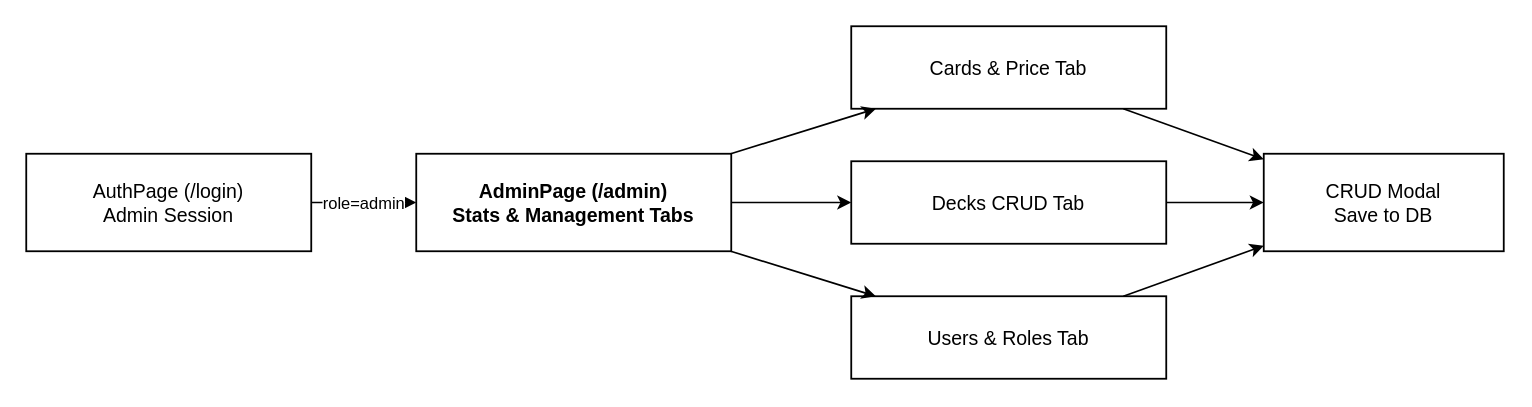
The draw.io diagram page "1.4.1.2 Administrator Screens Flow" (2 of 2) of Tai lieu/Draw.io/SRS_1_4_Screens_Flow.drawio in minhthanh1806/PROJECT_SDN, before the edit. Source tidied: cells renumbered, new cells numbered last; positions are measured from the earlier drawing's top-left corner, leaving out a move shared by most shapes. Both pictures are drawn from the tidied source at 150%, with x=0, y=0 at pixel (26, 26).
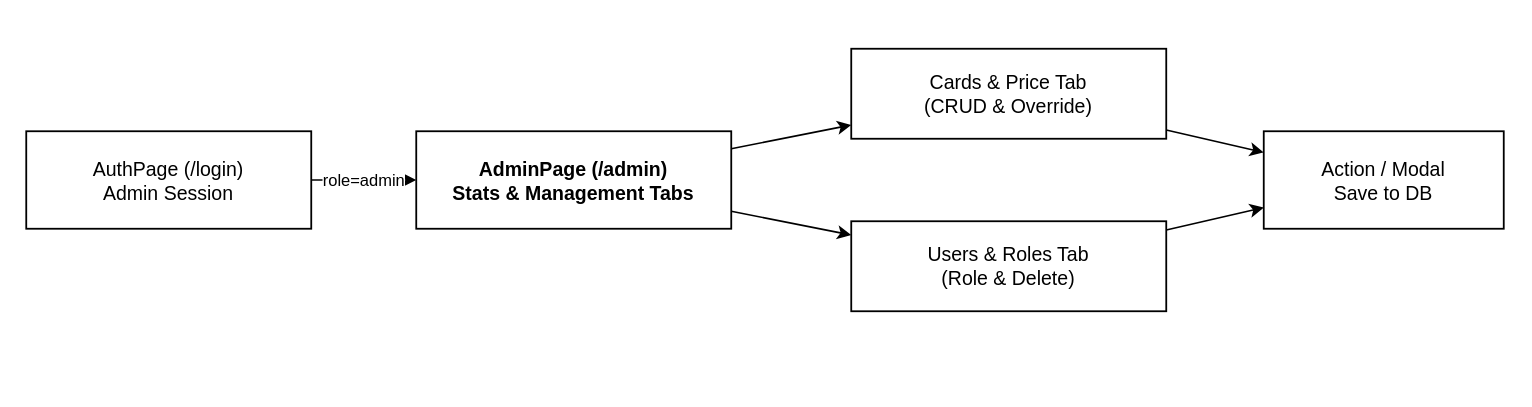
After the change.

The edit, as a diff of the source:
```diff
@@
 <mxGraphModel>
   <root>
     <mxCell id="0" />
     <mxCell id="1" parent="0" />
     <mxCell id="2" value="AuthPage (/login)&lt;br&gt;Admin Session" style="rounded=0;whiteSpace=wrap;html=1;fillColor=#ffffff;strokeColor=#000000;fontColor=#000000;fontSize=13;align=center;verticalAlign=middle;strokeWidth=1.2;" parent="1" vertex="1">
-      <mxGeometry y="85" width="190" height="65" as="geometry" />
+      <mxGeometry y="70" width="190" height="65" as="geometry" />
     </mxCell>
     <mxCell id="3" value="AdminPage (/admin)&lt;br&gt;Stats &amp; Management Tabs" style="rounded=0;whiteSpace=wrap;html=1;fillColor=#ffffff;strokeColor=#000000;fontColor=#000000;fontSize=13;fontStyle=1;align=center;verticalAlign=middle;strokeWidth=1.2;" parent="1" vertex="1">
-      <mxGeometry x="260" y="85" width="210" height="65" as="geometry" />
+      <mxGeometry x="260" y="70" width="210" height="65" as="geometry" />
     </mxCell>
-    <mxCell id="4" value="Cards &amp; Price Tab" style="rounded=0;whiteSpace=wrap;html=1;fillColor=#ffffff;strokeColor=#000000;fontColor=#000000;fontSize=13;align=center;verticalAlign=middle;strokeWidth=1.2;" parent="1" vertex="1">
-      <mxGeometry x="550" width="210" height="55" as="geometry" />
+    <mxCell id="4" value="Cards &amp; Price Tab&lt;br&gt;(CRUD &amp; Override)" style="rounded=0;whiteSpace=wrap;html=1;fillColor=#ffffff;strokeColor=#000000;fontColor=#000000;fontSize=13;align=center;verticalAlign=middle;strokeWidth=1.2;" parent="1" vertex="1">
+      <mxGeometry x="550" y="15" width="210" height="60" as="geometry" />
     </mxCell>
-    <mxCell id="5" value="Decks CRUD Tab" style="rounded=0;whiteSpace=wrap;html=1;fillColor=#ffffff;strokeColor=#000000;fontColor=#000000;fontSize=13;align=center;verticalAlign=middle;strokeWidth=1.2;" parent="1" vertex="1">
-      <mxGeometry x="550" y="90" width="210" height="55" as="geometry" />
+    <mxCell id="5" value="Users &amp; Roles Tab&lt;br&gt;(Role &amp; Delete)" style="rounded=0;whiteSpace=wrap;html=1;fillColor=#ffffff;strokeColor=#000000;fontColor=#000000;fontSize=13;align=center;verticalAlign=middle;strokeWidth=1.2;" parent="1" vertex="1">
+      <mxGeometry x="550" y="130" width="210" height="60" as="geometry" />
     </mxCell>
-    <mxCell id="6" value="Users &amp; Roles Tab" style="rounded=0;whiteSpace=wrap;html=1;fillColor=#ffffff;strokeColor=#000000;fontColor=#000000;fontSize=13;align=center;verticalAlign=middle;strokeWidth=1.2;" parent="1" vertex="1">
-      <mxGeometry x="550" y="180" width="210" height="55" as="geometry" />
+    <mxCell id="6" value="Action / Modal&lt;br&gt;Save to DB" style="rounded=0;whiteSpace=wrap;html=1;fillColor=#ffffff;strokeColor=#000000;fontColor=#000000;fontSize=13;align=center;verticalAlign=middle;strokeWidth=1.2;" parent="1" vertex="1">
+      <mxGeometry x="825" y="70" width="160" height="65" as="geometry" />
     </mxCell>
-    <mxCell id="7" value="CRUD Modal&lt;br&gt;Save to DB" style="rounded=0;whiteSpace=wrap;html=1;fillColor=#ffffff;strokeColor=#000000;fontColor=#000000;fontSize=13;align=center;verticalAlign=middle;strokeWidth=1.2;" parent="1" vertex="1">
-      <mxGeometry x="825" y="85" width="160" height="65" as="geometry" />
+    <mxCell id="7" value="role=admin" style="rounded=0;html=1;endArrow=classic;endFill=1;strokeColor=#000000;fontColor=#000000;fontSize=11;labelBackgroundColor=#ffffff;strokeWidth=1.1;" parent="1" edge="1" source="2" target="3">
+      <mxGeometry relative="1" as="geometry" />
     </mxCell>
-    <mxCell id="8" value="role=admin" style="rounded=0;html=1;endArrow=classic;endFill=1;strokeColor=#000000;fontColor=#000000;fontSize=11;labelBackgroundColor=#ffffff;strokeWidth=1.1;" parent="1" edge="1" source="2" target="3">
+    <mxCell id="8" style="rounded=0;html=1;endArrow=classic;endFill=1;strokeColor=#000000;fontColor=#000000;fontSize=11;labelBackgroundColor=#ffffff;strokeWidth=1.1;" parent="1" edge="1" source="3" target="4">
       <mxGeometry relative="1" as="geometry" />
     </mxCell>
-    <mxCell id="9" style="rounded=0;html=1;endArrow=classic;endFill=1;strokeColor=#000000;fontColor=#000000;fontSize=11;labelBackgroundColor=#ffffff;strokeWidth=1.1;" parent="1" edge="1" source="3" target="4">
+    <mxCell id="9" style="rounded=0;html=1;endArrow=classic;endFill=1;strokeColor=#000000;fontColor=#000000;fontSize=11;labelBackgroundColor=#ffffff;strokeWidth=1.1;" parent="1" edge="1" source="3" target="5">
       <mxGeometry relative="1" as="geometry" />
     </mxCell>
-    <mxCell id="10" style="rounded=0;html=1;endArrow=classic;endFill=1;strokeColor=#000000;fontColor=#000000;fontSize=11;labelBackgroundColor=#ffffff;strokeWidth=1.1;" parent="1" edge="1" source="3" target="5">
+    <mxCell id="10" style="rounded=0;html=1;endArrow=classic;endFill=1;strokeColor=#000000;fontColor=#000000;fontSize=11;labelBackgroundColor=#ffffff;strokeWidth=1.1;" parent="1" edge="1" source="4" target="6">
       <mxGeometry relative="1" as="geometry" />
     </mxCell>
-    <mxCell id="11" style="rounded=0;html=1;endArrow=classic;endFill=1;strokeColor=#000000;fontColor=#000000;fontSize=11;labelBackgroundColor=#ffffff;strokeWidth=1.1;" parent="1" edge="1" source="3" target="6">
+    <mxCell id="11" style="rounded=0;html=1;endArrow=classic;endFill=1;strokeColor=#000000;fontColor=#000000;fontSize=11;labelBackgroundColor=#ffffff;strokeWidth=1.1;" parent="1" edge="1" source="5" target="6">
       <mxGeometry relative="1" as="geometry" />
     </mxCell>
-    <mxCell id="12" style="rounded=0;html=1;endArrow=classic;endFill=1;strokeColor=#000000;fontColor=#000000;fontSize=11;labelBackgroundColor=#ffffff;strokeWidth=1.1;" parent="1" edge="1" source="4" target="7">
-      <mxGeometry relative="1" as="geometry" />
-    </mxCell>
-    <mxCell id="13" style="rounded=0;html=1;endArrow=classic;endFill=1;strokeColor=#000000;fontColor=#000000;fontSize=11;labelBackgroundColor=#ffffff;strokeWidth=1.1;" parent="1" edge="1" source="5" target="7">
-      <mxGeometry relative="1" as="geometry" />
-    </mxCell>
-    <mxCell id="14" style="rounded=0;html=1;endArrow=classic;endFill=1;strokeColor=#000000;fontColor=#000000;fontSize=11;labelBackgroundColor=#ffffff;strokeWidth=1.1;" parent="1" edge="1" source="6" target="7">
-      <mxGeometry relative="1" as="geometry" />
-    </mxCell>
   </root>
 </mxGraphModel>
```
